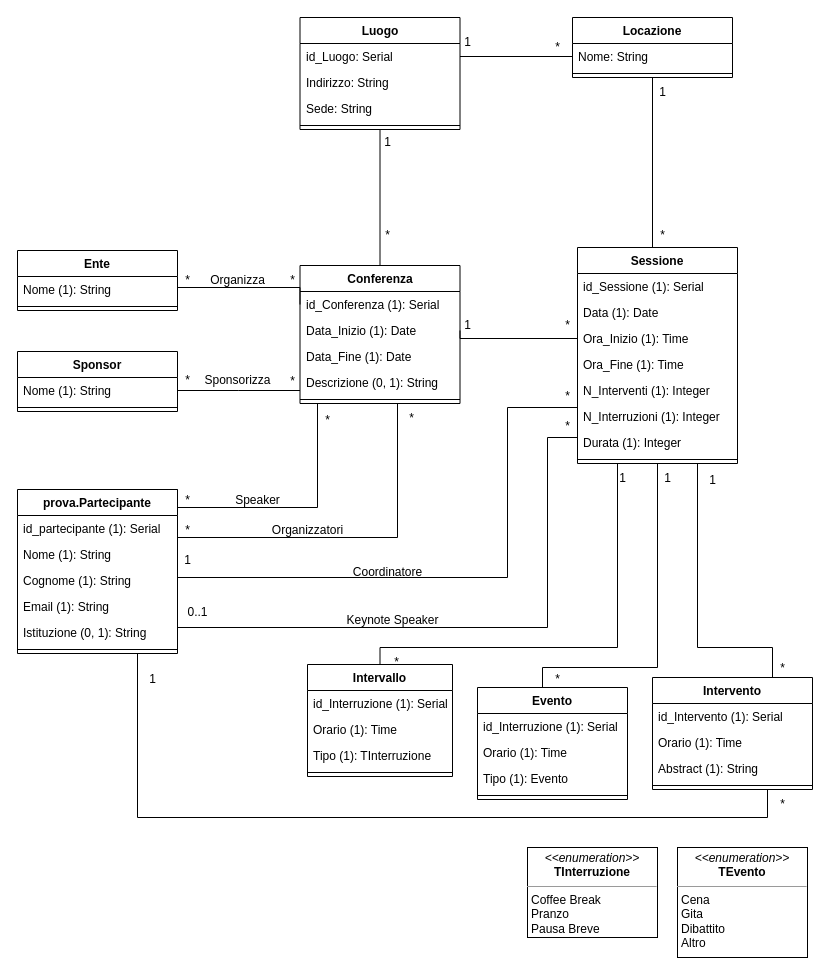
Before: page "Copia di DiagrammaRistrutturato" (3 of 3) of UML-DB/Conferenze.drawio in LeoCucurachi/GestioneConferenze, a draw.io diagram. Source tidied: cells renumbered, new cells numbered last; positions are measured from the earlier drawing's top-left corner, leaving out a move shared by most shapes. Both pictures are drawn from the tidied source at 100%, with x=0, y=0 at pixel (17, 17).
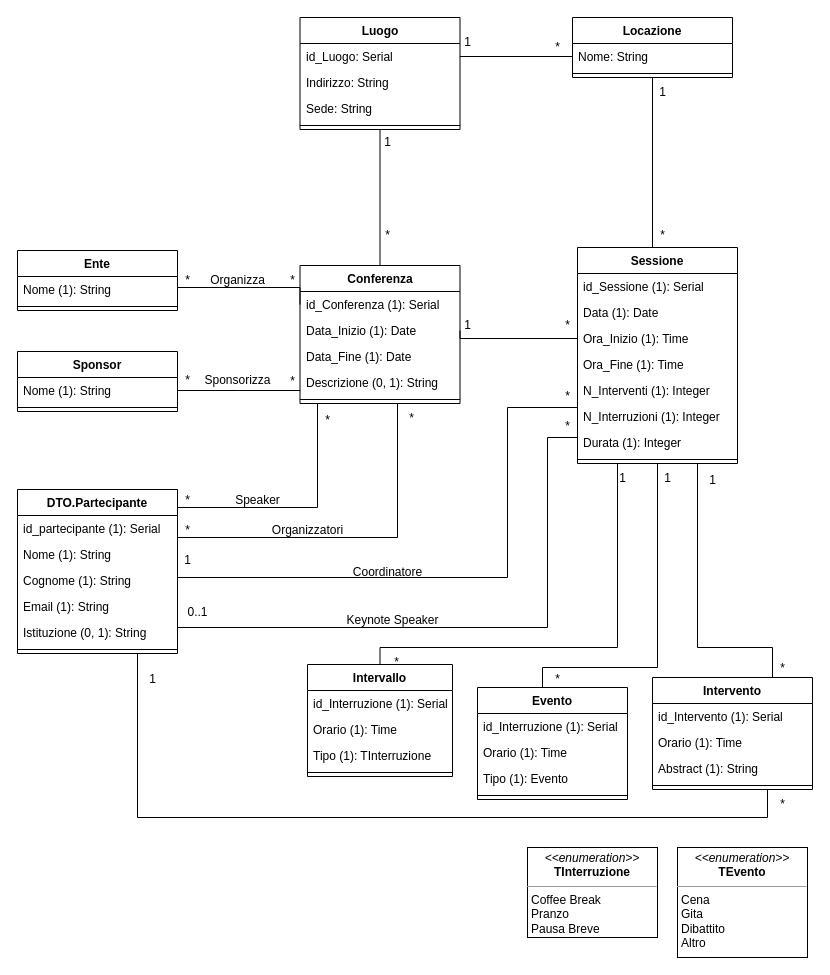
The same diagram, later.

Diff of the diagram source:
```diff
@@
-    <mxCell id="15" value="prova.Partecipante" style="swimlane;fontStyle=1;align=center;verticalAlign=top;horizontal=1;startSize=26;whiteSpace=wrap;html=1;" parent="1" vertex="1">
+    <mxCell id="15" value="DTO.Partecipante" style="swimlane;fontStyle=1;align=center;verticalAlign=top;horizontal=1;startSize=26;whiteSpace=wrap;html=1;" parent="1" vertex="1">
       <mxGeometry y="472" width="160" height="164" as="geometry" />
     </mxCell>
```
